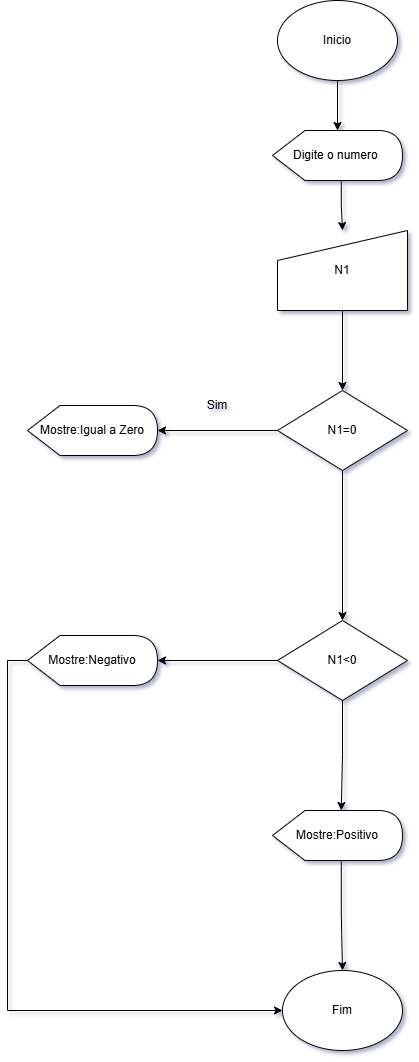
Before: FluxoGrama/Diagrama sem nome-Verificador de número positivo, negativo ou zero.drawio.png, a diagram exported from draw.io (brunbu/Logica-de-Progamacao). Source tidied: cells renumbered, new cells last; positions are measured from the earlier drawing's top-left corner, leaving out a move shared by most shapes. Its diagram source:
```xml
<mxGraphModel>
  <root>
    <mxCell id="0" />
    <mxCell id="1" parent="0" />
    <mxCell id="2" style="edgeStyle=orthogonalEdgeStyle;rounded=0;jettySize=auto;html=1;exitX=0.5;exitY=1;exitDx=0;exitDy=0;" parent="1" edge="1" source="3" target="5">
      <mxGeometry relative="1" as="geometry" />
    </mxCell>
    <mxCell id="3" value="Inicio" style="ellipse;whiteSpace=wrap;html=1;" parent="1" vertex="1">
      <mxGeometry x="250" width="120" height="80" as="geometry" />
    </mxCell>
    <mxCell id="4" style="edgeStyle=orthogonalEdgeStyle;rounded=0;jettySize=auto;html=1;exitX=0;exitY=0;exitDx=68.75;exitDy=50;exitPerimeter=0;entryX=0.5;entryY=0;entryDx=0;entryDy=0;" parent="1" edge="1" source="5" target="7">
      <mxGeometry relative="1" as="geometry" />
    </mxCell>
    <mxCell id="5" value="Digite o numero&amp;nbsp;" style="shape=display;whiteSpace=wrap;html=1;" parent="1" vertex="1">
      <mxGeometry x="245" y="130" width="130" height="50" as="geometry" />
    </mxCell>
    <mxCell id="6" style="edgeStyle=orthogonalEdgeStyle;rounded=0;jettySize=auto;html=1;" parent="1" edge="1" source="7" target="9">
      <mxGeometry relative="1" as="geometry" />
    </mxCell>
    <mxCell id="7" value="N1" style="shape=manualInput;whiteSpace=wrap;html=1;" parent="1" vertex="1">
      <mxGeometry x="250" y="230" width="130" height="80" as="geometry" />
    </mxCell>
    <mxCell id="8" style="edgeStyle=orthogonalEdgeStyle;rounded=0;jettySize=auto;html=1;" parent="1" edge="1" source="9" target="15">
      <mxGeometry relative="1" as="geometry" />
    </mxCell>
    <mxCell id="9" value="N1=0" style="rhombus;whiteSpace=wrap;html=1;" parent="1" vertex="1">
      <mxGeometry x="250" y="390" width="130" height="80" as="geometry" />
    </mxCell>
    <mxCell id="10" value="Mostre:&lt;span style=&quot;color: rgba(0, 0, 0, 0); font-family: monospace; font-size: 0px; text-align: start; text-wrap-mode: nowrap;&quot;&gt;%3CmxGraphModel%3E%3Croot%3E%3CmxCell%20id%3D%220%22%2F%3E%3CmxCell%20id%3D%221%22%20parent%3D%220%22%2F%3E%3CmxCell%20id%3D%222%22%20value%3D%22Digite%20o%20numero%26amp%3Bnbsp%3B%22%20style%3D%22shape%3Ddisplay%3BwhiteSpace%3Dwrap%3Bhtml%3D1%3B%22%20vertex%3D%221%22%20parent%3D%221%22%3E%3CmxGeometry%20x%3D%22335%22%20y%3D%22160%22%20width%3D%22130%22%20height%3D%2250%22%20as%3D%22geometry%22%2F%3E%3C%2FmxCell%3E%3C%2Froot%3E%3C%2FmxGraphModel%3E&lt;/span&gt;Igual a Zero" style="shape=display;whiteSpace=wrap;html=1;" parent="1" vertex="1">
      <mxGeometry y="405" width="130" height="50" as="geometry" />
    </mxCell>
    <mxCell id="11" style="edgeStyle=orthogonalEdgeStyle;rounded=0;jettySize=auto;html=1;exitX=0;exitY=0.5;exitDx=0;exitDy=0;entryX=1;entryY=0.5;entryDx=0;entryDy=0;entryPerimeter=0;" parent="1" edge="1" source="9" target="10">
      <mxGeometry relative="1" as="geometry" />
    </mxCell>
    <mxCell id="12" value="Sim" style="text;html=1;align=center;verticalAlign=middle;whiteSpace=wrap;rounded=0;" parent="1" vertex="1">
      <mxGeometry x="160" y="390" width="60" height="30" as="geometry" />
    </mxCell>
    <mxCell id="13" style="edgeStyle=orthogonalEdgeStyle;rounded=0;jettySize=auto;html=1;exitX=0;exitY=0.5;exitDx=0;exitDy=0;exitPerimeter=0;entryX=0;entryY=0.5;entryDx=0;entryDy=0;" parent="1" edge="1" source="14" target="20">
      <mxGeometry relative="1" as="geometry" />
    </mxCell>
    <mxCell id="14" value="Mostre:Negativo&lt;span style=&quot;color: rgba(0, 0, 0, 0); font-family: monospace; font-size: 0px; text-align: start; text-wrap-mode: nowrap;&quot;&gt;%3CmxGraphModel%3E%3Croot%3E%3CmxCell%20id%3D%220%22%2F%3E%3CmxCell%20id%3D%221%22%20parent%3D%220%22%2F%3E%3CmxCell%20id%3D%222%22%20value%3D%22Digite%20o%20numero%26amp%3Bnbsp%3B%22%20style%3D%22shape%3Ddisplay%3BwhiteSpace%3Dwrap%3Bhtml%3D1%3B%22%20vertex%3D%221%22%20parent%3D%221%22%3E%3CmxGeometry%20x%3D%22335%22%20y%3D%22160%22%20width%3D%22130%22%20height%3D%2250%22%20as%3D%22geometry%22%2F%3E%3C%2FmxCell%3E%3C%2Froot%3E%3C%2FmxGraphModel%3E Negativo&lt;/span&gt;" style="shape=display;whiteSpace=wrap;html=1;" parent="1" vertex="1">
      <mxGeometry y="635" width="130" height="50" as="geometry" />
    </mxCell>
    <mxCell id="15" value="N1&amp;lt;0" style="rhombus;whiteSpace=wrap;html=1;" parent="1" vertex="1">
      <mxGeometry x="250" y="620" width="130" height="80" as="geometry" />
    </mxCell>
    <mxCell id="16" style="edgeStyle=orthogonalEdgeStyle;rounded=0;jettySize=auto;html=1;exitX=0;exitY=0.5;exitDx=0;exitDy=0;entryX=1;entryY=0.5;entryDx=0;entryDy=0;entryPerimeter=0;" parent="1" edge="1" source="15" target="14">
      <mxGeometry relative="1" as="geometry" />
    </mxCell>
    <mxCell id="17" style="edgeStyle=orthogonalEdgeStyle;rounded=0;jettySize=auto;html=1;exitX=0;exitY=0;exitDx=68.75;exitDy=50;exitPerimeter=0;" parent="1" edge="1" source="18" target="20">
      <mxGeometry relative="1" as="geometry" />
    </mxCell>
    <mxCell id="18" value="Mostre:Positivo&lt;span style=&quot;color: rgba(0, 0, 0, 0); font-family: monospace; font-size: 0px; text-align: start; text-wrap-mode: nowrap;&quot;&gt;%3CmxGraphModel%3E%3Croot%3E%3CmxCell%20id%3D%220%22%2F%3E%3CmxCell%20id%3D%221%22%20parent%3D%220%22%2F%3E%3CmxCell%20id%3D%222%22%20value%3D%22Digite%20o%20numero%26amp%3Bnbsp%3B%22%20style%3D%22shape%3Ddisplay%3BwhiteSpace%3Dwrap%3Bhtml%3D1%3B%22%20vertex%3D%221%22%20parent%3D%221%22%3E%3CmxGeometry%20x%3D%22335%22%20y%3D%22160%22%20width%3D%22130%22%20height%3D%2250%22%20as%3D%22geometry%22%2F%3E%3C%2FmxCell%3E%3C%2Froot%3E%3C%2FmxGraphModel%3E Negativo&lt;/span&gt;" style="shape=display;whiteSpace=wrap;html=1;" parent="1" vertex="1">
      <mxGeometry x="245" y="810" width="130" height="50" as="geometry" />
    </mxCell>
    <mxCell id="19" style="edgeStyle=orthogonalEdgeStyle;rounded=0;jettySize=auto;html=1;exitX=0.5;exitY=1;exitDx=0;exitDy=0;entryX=0;entryY=0;entryDx=68.75;entryDy=0;entryPerimeter=0;" parent="1" edge="1" source="15" target="18">
      <mxGeometry relative="1" as="geometry" />
    </mxCell>
    <mxCell id="20" value="Fim" style="ellipse;whiteSpace=wrap;html=1;" parent="1" vertex="1">
      <mxGeometry x="255" y="970" width="120" height="80" as="geometry" />
    </mxCell>
  </root>
</mxGraphModel>
```
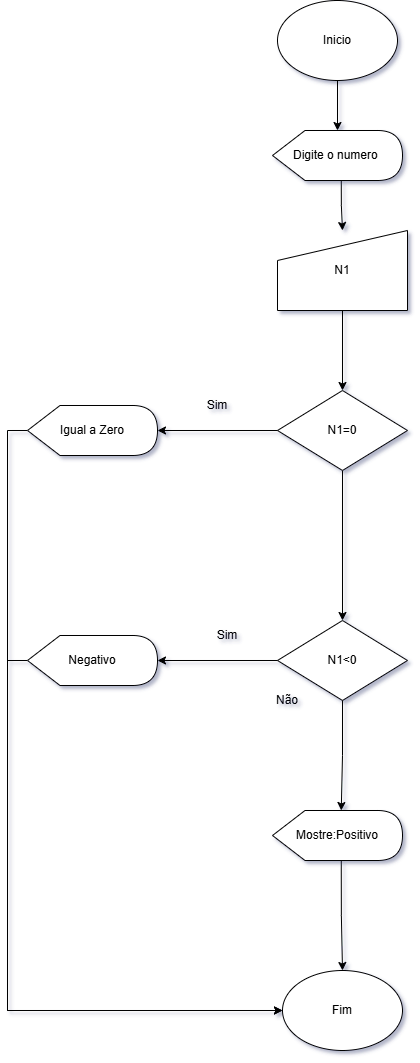
The same file after the commit.

What changed in the source:
```diff
@@ -26,7 +26,10 @@
     <mxCell id="9" value="N1=0" style="rhombus;whiteSpace=wrap;html=1;" parent="1" vertex="1">
       <mxGeometry x="250" y="390" width="130" height="80" as="geometry" />
     </mxCell>
+    <mxCell id="21" style="edgeStyle=orthogonalEdgeStyle;rounded=0;jettySize=auto;html=1;exitX=0;exitY=0.5;exitDx=0;exitDy=0;exitPerimeter=0;entryX=0;entryY=0.5;entryDx=0;entryDy=0;" parent="1" edge="1" source="10" target="20">
+      <mxGeometry relative="1" as="geometry" />
+    </mxCell>
-    <mxCell id="10" value="Mostre:&lt;span style=&quot;color: rgba(0, 0, 0, 0); font-family: monospace; font-size: 0px; text-align: start; text-wrap-mode: nowrap;&quot;&gt;%3CmxGraphModel%3E%3Croot%3E%3CmxCell%20id%3D%220%22%2F%3E%3CmxCell%20id%3D%221%22%20parent%3D%220%22%2F%3E%3CmxCell%20id%3D%222%22%20value%3D%22Digite%20o%20numero%26amp%3Bnbsp%3B%22%20style%3D%22shape%3Ddisplay%3BwhiteSpace%3Dwrap%3Bhtml%3D1%3B%22%20vertex%3D%221%22%20parent%3D%221%22%3E%3CmxGeometry%20x%3D%22335%22%20y%3D%22160%22%20width%3D%22130%22%20height%3D%2250%22%20as%3D%22geometry%22%2F%3E%3C%2FmxCell%3E%3C%2Froot%3E%3C%2FmxGraphModel%3E&lt;/span&gt;Igual a Zero" style="shape=display;whiteSpace=wrap;html=1;" parent="1" vertex="1">
+    <mxCell id="10" value="&lt;span style=&quot;color: rgba(0, 0, 0, 0); font-family: monospace; font-size: 0px; text-align: start; text-wrap-mode: nowrap;&quot;&gt;3CmxGraphModel%3E%3Croot%3E%3CmxCell%20id%3D%220%22%2F%3E%3CmxCell%20id%3D%221%22%20parent%3D%220%22%2F%3E%3CmxCell%20id%3D%222%22%20value%3D%22Digite%20o%20numero%26amp%3Bnbsp%3B%22%20style%3D%22shape%3Ddisplay%3BwhiteSpace%3Dwrap%3Bhtml%3D1%3B%22%20vertex%3D%221%22%20parent%3D%221%22%3E%3CmxGeometry%20x%3D%22335%22%20y%3D%22160%22%20width%3D%22130%22%20height%3D%2250%22%20as%3D%22geometry%22%2F%3E%3C%2FmxCell%3E%3C%2Froot%3E%3C%2FmxGraphModel%3E&lt;/span&gt;Igual a Zero" style="shape=display;whiteSpace=wrap;html=1;" parent="1" vertex="1">
       <mxGeometry y="405" width="130" height="50" as="geometry" />
     </mxCell>
     <mxCell id="11" style="edgeStyle=orthogonalEdgeStyle;rounded=0;jettySize=auto;html=1;exitX=0;exitY=0.5;exitDx=0;exitDy=0;entryX=1;entryY=0.5;entryDx=0;entryDy=0;entryPerimeter=0;" parent="1" edge="1" source="9" target="10">
@@ -38,7 +41,7 @@
     <mxCell id="13" style="edgeStyle=orthogonalEdgeStyle;rounded=0;jettySize=auto;html=1;exitX=0;exitY=0.5;exitDx=0;exitDy=0;exitPerimeter=0;entryX=0;entryY=0.5;entryDx=0;entryDy=0;" parent="1" edge="1" source="14" target="20">
       <mxGeometry relative="1" as="geometry" />
     </mxCell>
-    <mxCell id="14" value="Mostre:Negativo&lt;span style=&quot;color: rgba(0, 0, 0, 0); font-family: monospace; font-size: 0px; text-align: start; text-wrap-mode: nowrap;&quot;&gt;%3CmxGraphModel%3E%3Croot%3E%3CmxCell%20id%3D%220%22%2F%3E%3CmxCell%20id%3D%221%22%20parent%3D%220%22%2F%3E%3CmxCell%20id%3D%222%22%20value%3D%22Digite%20o%20numero%26amp%3Bnbsp%3B%22%20style%3D%22shape%3Ddisplay%3BwhiteSpace%3Dwrap%3Bhtml%3D1%3B%22%20vertex%3D%221%22%20parent%3D%221%22%3E%3CmxGeometry%20x%3D%22335%22%20y%3D%22160%22%20width%3D%22130%22%20height%3D%2250%22%20as%3D%22geometry%22%2F%3E%3C%2FmxCell%3E%3C%2Froot%3E%3C%2FmxGraphModel%3E Negativo&lt;/span&gt;" style="shape=display;whiteSpace=wrap;html=1;" parent="1" vertex="1">
+    <mxCell id="14" value="Negativo&lt;span style=&quot;color: rgba(0, 0, 0, 0); font-family: monospace; font-size: 0px; text-align: start; text-wrap-mode: nowrap;&quot;&gt;%3CmxGraphModel%3E%3Croot%3E%3CmxCell%20id%3D%220%22%2F%3E%3CmxCell%20id%3D%221%22%20parent%3D%220%22%2F%3E%3CmxCell%20id%3D%222%22%20value%3D%22Digite%20o%20numero%26amp%3Bnbsp%3B%22%20style%3D%22shape%3Ddisplay%3BwhiteSpace%3Dwrap%3Bhtml%3D1%3B%22%20vertex%3D%221%22%20parent%3D%221%22%3E%3CmxGeometry%20x%3D%22335%22%20y%3D%22160%22%20width%3D%22130%22%20height%3D%2250%22%20as%3D%22geometry%22%2F%3E%3C%2FmxCell%3E%3C%2Froot%3E%3C%2FmxGraphModel%3E Negativo&lt;/span&gt;" style="shape=display;whiteSpace=wrap;html=1;" parent="1" vertex="1">
       <mxGeometry y="635" width="130" height="50" as="geometry" />
     </mxCell>
     <mxCell id="15" value="N1&amp;lt;0" style="rhombus;whiteSpace=wrap;html=1;" parent="1" vertex="1">
@@ -59,5 +62,11 @@
     <mxCell id="20" value="Fim" style="ellipse;whiteSpace=wrap;html=1;" parent="1" vertex="1">
       <mxGeometry x="255" y="970" width="120" height="80" as="geometry" />
     </mxCell>
+    <mxCell id="22" value="Não" style="text;html=1;align=center;verticalAlign=middle;whiteSpace=wrap;rounded=0;" parent="1" vertex="1">
+      <mxGeometry x="230" y="685" width="60" height="30" as="geometry" />
+    </mxCell>
+    <mxCell id="23" value="Sim" style="text;html=1;align=center;verticalAlign=middle;whiteSpace=wrap;rounded=0;" parent="1" vertex="1">
+      <mxGeometry x="170" y="620" width="60" height="30" as="geometry" />
+    </mxCell>
   </root>
 </mxGraphModel>
```
